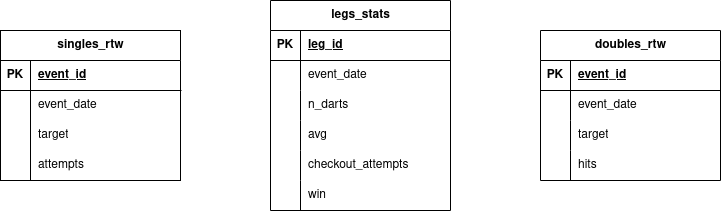
jamieloakes/darts-tracker keeps this draw.io diagram as docs/db_schema.png. Above is the earlier version. Source tidied: cells renumbered, new cells last; positions are measured from the earlier drawing's top-left corner, leaving out a move shared by most shapes.
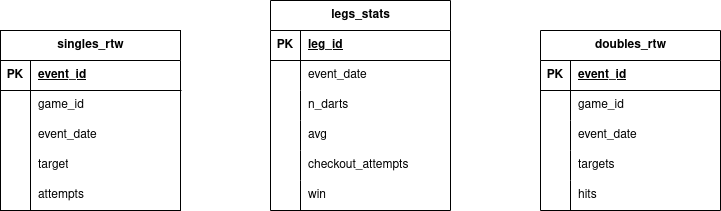
Above is the later version.

Commit message:
Amended DB schema documentation

Change to the diagram source:
```diff
@@ -3,138 +3,156 @@
     <mxCell id="0" />
     <mxCell id="1" parent="0" />
     <mxCell id="2" value="singles_rtw" style="shape=table;startSize=30;rowLines=0;fontStyle=1;align=center;html=1;" parent="1" vertex="1">
-      <mxGeometry y="30" width="180" height="150" as="geometry" />
+      <mxGeometry y="30" width="180" height="180" as="geometry" />
     </mxCell>
-    <mxCell id="3" style="shape=tableRow;horizontal=0;startSize=0;swimlaneHead=0;swimlaneBody=0;fillColor=none;top=0;left=0;right=0;bottom=1;" parent="2" vertex="1">
-      <mxGeometry y="30" width="180" height="30" as="geometry" />
-    </mxCell>
-    <mxCell id="4" value="PK" style="shape=partialRectangle;fillColor=none;top=0;left=0;bottom=0;right=0;fontStyle=1;overflow=hidden;whiteSpace=wrap;html=1;" parent="3" vertex="1">
-      <mxGeometry width="30" height="30" as="geometry" />
-    </mxCell>
-    <mxCell id="5" value="event_id" style="shape=partialRectangle;fillColor=none;top=0;left=0;bottom=0;right=0;align=left;spacingLeft=6;fontStyle=5;overflow=hidden;whiteSpace=wrap;html=1;" parent="3" vertex="1">
-      <mxGeometry x="30" width="150" height="30" as="geometry" />
-    </mxCell>
-    <mxCell id="6" style="shape=tableRow;horizontal=0;startSize=0;swimlaneHead=0;swimlaneBody=0;fillColor=none;top=0;left=0;right=0;bottom=0;" parent="2" vertex="1">
-      <mxGeometry y="60" width="180" height="30" as="geometry" />
-    </mxCell>
-    <mxCell id="7" style="shape=partialRectangle;fillColor=none;top=0;left=0;bottom=0;right=0;overflow=hidden;whiteSpace=wrap;html=1;" parent="6" vertex="1">
-      <mxGeometry width="30" height="30" as="geometry" />
-    </mxCell>
-    <mxCell id="8" value="event_date" style="shape=partialRectangle;fillColor=none;top=0;left=0;bottom=0;right=0;align=left;spacingLeft=6;overflow=hidden;whiteSpace=wrap;html=1;" parent="6" vertex="1">
-      <mxGeometry x="30" width="150" height="30" as="geometry" />
-    </mxCell>
-    <mxCell id="9" style="shape=tableRow;horizontal=0;startSize=0;swimlaneHead=0;swimlaneBody=0;fillColor=none;top=0;left=0;right=0;bottom=0;" parent="2" vertex="1">
-      <mxGeometry y="90" width="180" height="30" as="geometry" />
-    </mxCell>
-    <mxCell id="10" style="shape=partialRectangle;fillColor=none;top=0;left=0;bottom=0;right=0;overflow=hidden;whiteSpace=wrap;html=1;" parent="9" vertex="1">
-      <mxGeometry width="30" height="30" as="geometry" />
-    </mxCell>
-    <mxCell id="11" value="target" style="shape=partialRectangle;fillColor=none;top=0;left=0;bottom=0;right=0;align=left;spacingLeft=6;overflow=hidden;whiteSpace=wrap;html=1;" parent="9" vertex="1">
-      <mxGeometry x="30" width="150" height="30" as="geometry" />
-    </mxCell>
-    <mxCell id="12" style="shape=tableRow;horizontal=0;startSize=0;swimlaneHead=0;swimlaneBody=0;fillColor=none;top=0;left=0;right=0;bottom=0;" parent="2" vertex="1">
-      <mxGeometry y="120" width="180" height="30" as="geometry" />
-    </mxCell>
-    <mxCell id="13" style="shape=partialRectangle;fillColor=none;top=0;left=0;bottom=0;right=0;overflow=hidden;whiteSpace=wrap;html=1;" parent="12" vertex="1">
-      <mxGeometry width="30" height="30" as="geometry" />
-    </mxCell>
+    <mxCell id="47" style="shape=tableRow;horizontal=0;startSize=0;swimlaneHead=0;swimlaneBody=0;fillColor=none;top=0;left=0;right=0;bottom=1;" parent="2" vertex="1">
+      <mxGeometry y="30" width="180" height="30" as="geometry" />
+    </mxCell>
+    <mxCell id="48" value="PK" style="shape=partialRectangle;fillColor=none;top=0;left=0;bottom=0;right=0;fontStyle=1;overflow=hidden;whiteSpace=wrap;html=1;" parent="47" vertex="1">
+      <mxGeometry width="30" height="30" as="geometry" />
+    </mxCell>
+    <mxCell id="49" value="event_id" style="shape=partialRectangle;fillColor=none;top=0;left=0;bottom=0;right=0;align=left;spacingLeft=6;fontStyle=5;overflow=hidden;whiteSpace=wrap;html=1;" parent="47" vertex="1">
+      <mxGeometry x="30" width="150" height="30" as="geometry" />
+    </mxCell>
+    <mxCell id="50" style="shape=tableRow;horizontal=0;startSize=0;swimlaneHead=0;swimlaneBody=0;fillColor=none;top=0;left=0;right=0;bottom=0;" parent="2" vertex="1">
+      <mxGeometry y="60" width="180" height="30" as="geometry" />
+    </mxCell>
+    <mxCell id="51" style="shape=partialRectangle;fillColor=none;top=0;left=0;bottom=0;right=0;overflow=hidden;whiteSpace=wrap;html=1;" parent="50" vertex="1">
+      <mxGeometry width="30" height="30" as="geometry" />
+    </mxCell>
+    <mxCell id="52" value="game_id" style="shape=partialRectangle;fillColor=none;top=0;left=0;bottom=0;right=0;align=left;spacingLeft=6;overflow=hidden;whiteSpace=wrap;html=1;" parent="50" vertex="1">
+      <mxGeometry x="30" width="150" height="30" as="geometry" />
+    </mxCell>
+    <mxCell id="53" style="shape=tableRow;horizontal=0;startSize=0;swimlaneHead=0;swimlaneBody=0;fillColor=none;top=0;left=0;right=0;bottom=0;" parent="2" vertex="1">
+      <mxGeometry y="90" width="180" height="30" as="geometry" />
+    </mxCell>
+    <mxCell id="54" style="shape=partialRectangle;fillColor=none;top=0;left=0;bottom=0;right=0;overflow=hidden;whiteSpace=wrap;html=1;" parent="53" vertex="1">
+      <mxGeometry width="30" height="30" as="geometry" />
+    </mxCell>
+    <mxCell id="55" value="event_date" style="shape=partialRectangle;fillColor=none;top=0;left=0;bottom=0;right=0;align=left;spacingLeft=6;overflow=hidden;whiteSpace=wrap;html=1;" parent="53" vertex="1">
+      <mxGeometry x="30" width="150" height="30" as="geometry" />
+    </mxCell>
+    <mxCell id="56" style="shape=tableRow;horizontal=0;startSize=0;swimlaneHead=0;swimlaneBody=0;fillColor=none;top=0;left=0;right=0;bottom=0;" parent="2" vertex="1">
+      <mxGeometry y="120" width="180" height="30" as="geometry" />
+    </mxCell>
+    <mxCell id="57" style="shape=partialRectangle;fillColor=none;top=0;left=0;bottom=0;right=0;overflow=hidden;whiteSpace=wrap;html=1;" parent="56" vertex="1">
+      <mxGeometry width="30" height="30" as="geometry" />
+    </mxCell>
+    <mxCell id="58" value="target" style="shape=partialRectangle;fillColor=none;top=0;left=0;bottom=0;right=0;align=left;spacingLeft=6;overflow=hidden;whiteSpace=wrap;html=1;" parent="56" vertex="1">
+      <mxGeometry x="30" width="150" height="30" as="geometry" />
+    </mxCell>
+    <mxCell id="59" style="shape=tableRow;horizontal=0;startSize=0;swimlaneHead=0;swimlaneBody=0;fillColor=none;top=0;left=0;right=0;bottom=0;" parent="2" vertex="1">
+      <mxGeometry y="150" width="180" height="30" as="geometry" />
+    </mxCell>
+    <mxCell id="60" style="shape=partialRectangle;fillColor=none;top=0;left=0;bottom=0;right=0;overflow=hidden;whiteSpace=wrap;html=1;" parent="59" vertex="1">
+      <mxGeometry width="30" height="30" as="geometry" />
+    </mxCell>
-    <mxCell id="14" value="attempts" style="shape=partialRectangle;fillColor=none;top=0;left=0;bottom=0;right=0;align=left;spacingLeft=6;overflow=hidden;whiteSpace=wrap;html=1;" parent="12" vertex="1">
+    <mxCell id="14" value="attempts" style="shape=partialRectangle;fillColor=none;top=0;left=0;bottom=0;right=0;align=left;spacingLeft=6;overflow=hidden;whiteSpace=wrap;html=1;" parent="59" vertex="1">
       <mxGeometry x="30" width="150" height="30" as="geometry" />
     </mxCell>
     <mxCell id="15" value="legs_stats" style="shape=table;startSize=30;rowLines=0;fontStyle=1;align=center;html=1;" parent="1" vertex="1">
       <mxGeometry x="270" width="180" height="210" as="geometry" />
     </mxCell>
-    <mxCell id="16" style="shape=tableRow;horizontal=0;startSize=0;swimlaneHead=0;swimlaneBody=0;fillColor=none;top=0;left=0;right=0;bottom=1;" parent="15" vertex="1">
-      <mxGeometry y="30" width="180" height="30" as="geometry" />
-    </mxCell>
-    <mxCell id="17" value="PK" style="shape=partialRectangle;fillColor=none;top=0;left=0;bottom=0;right=0;fontStyle=1;overflow=hidden;whiteSpace=wrap;html=1;" parent="16" vertex="1">
-      <mxGeometry width="30" height="30" as="geometry" />
-    </mxCell>
+    <mxCell id="61" style="shape=tableRow;horizontal=0;startSize=0;swimlaneHead=0;swimlaneBody=0;fillColor=none;top=0;left=0;right=0;bottom=1;" parent="15" vertex="1">
+      <mxGeometry y="30" width="180" height="30" as="geometry" />
+    </mxCell>
+    <mxCell id="62" value="PK" style="shape=partialRectangle;fillColor=none;top=0;left=0;bottom=0;right=0;fontStyle=1;overflow=hidden;whiteSpace=wrap;html=1;" parent="61" vertex="1">
+      <mxGeometry width="30" height="30" as="geometry" />
+    </mxCell>
-    <mxCell id="18" value="leg_id" style="shape=partialRectangle;fillColor=none;top=0;left=0;bottom=0;right=0;align=left;spacingLeft=6;fontStyle=5;overflow=hidden;whiteSpace=wrap;html=1;" parent="16" vertex="1">
+    <mxCell id="18" value="leg_id" style="shape=partialRectangle;fillColor=none;top=0;left=0;bottom=0;right=0;align=left;spacingLeft=6;fontStyle=5;overflow=hidden;whiteSpace=wrap;html=1;" parent="61" vertex="1">
       <mxGeometry x="30" width="150" height="30" as="geometry" />
     </mxCell>
-    <mxCell id="19" style="shape=tableRow;horizontal=0;startSize=0;swimlaneHead=0;swimlaneBody=0;fillColor=none;top=0;left=0;right=0;bottom=0;" parent="15" vertex="1">
-      <mxGeometry y="60" width="180" height="30" as="geometry" />
-    </mxCell>
-    <mxCell id="20" style="shape=partialRectangle;fillColor=none;top=0;left=0;bottom=0;right=0;overflow=hidden;whiteSpace=wrap;html=1;" parent="19" vertex="1">
-      <mxGeometry width="30" height="30" as="geometry" />
-    </mxCell>
-    <mxCell id="21" value="event_date" style="shape=partialRectangle;fillColor=none;top=0;left=0;bottom=0;right=0;align=left;spacingLeft=6;overflow=hidden;whiteSpace=wrap;html=1;" parent="19" vertex="1">
-      <mxGeometry x="30" width="150" height="30" as="geometry" />
-    </mxCell>
-    <mxCell id="22" style="shape=tableRow;horizontal=0;startSize=0;swimlaneHead=0;swimlaneBody=0;fillColor=none;top=0;left=0;right=0;bottom=0;" parent="15" vertex="1">
-      <mxGeometry y="90" width="180" height="30" as="geometry" />
-    </mxCell>
-    <mxCell id="23" style="shape=partialRectangle;fillColor=none;top=0;left=0;bottom=0;right=0;overflow=hidden;whiteSpace=wrap;html=1;" parent="22" vertex="1">
-      <mxGeometry width="30" height="30" as="geometry" />
-    </mxCell>
+    <mxCell id="63" style="shape=tableRow;horizontal=0;startSize=0;swimlaneHead=0;swimlaneBody=0;fillColor=none;top=0;left=0;right=0;bottom=0;" parent="15" vertex="1">
+      <mxGeometry y="60" width="180" height="30" as="geometry" />
+    </mxCell>
+    <mxCell id="64" style="shape=partialRectangle;fillColor=none;top=0;left=0;bottom=0;right=0;overflow=hidden;whiteSpace=wrap;html=1;" parent="63" vertex="1">
+      <mxGeometry width="30" height="30" as="geometry" />
+    </mxCell>
+    <mxCell id="65" value="event_date" style="shape=partialRectangle;fillColor=none;top=0;left=0;bottom=0;right=0;align=left;spacingLeft=6;overflow=hidden;whiteSpace=wrap;html=1;" parent="63" vertex="1">
+      <mxGeometry x="30" width="150" height="30" as="geometry" />
+    </mxCell>
+    <mxCell id="66" style="shape=tableRow;horizontal=0;startSize=0;swimlaneHead=0;swimlaneBody=0;fillColor=none;top=0;left=0;right=0;bottom=0;" parent="15" vertex="1">
+      <mxGeometry y="90" width="180" height="30" as="geometry" />
+    </mxCell>
+    <mxCell id="67" style="shape=partialRectangle;fillColor=none;top=0;left=0;bottom=0;right=0;overflow=hidden;whiteSpace=wrap;html=1;" parent="66" vertex="1">
+      <mxGeometry width="30" height="30" as="geometry" />
+    </mxCell>
-    <mxCell id="24" value="n_darts" style="shape=partialRectangle;fillColor=none;top=0;left=0;bottom=0;right=0;align=left;spacingLeft=6;overflow=hidden;whiteSpace=wrap;html=1;" parent="22" vertex="1">
+    <mxCell id="24" value="n_darts" style="shape=partialRectangle;fillColor=none;top=0;left=0;bottom=0;right=0;align=left;spacingLeft=6;overflow=hidden;whiteSpace=wrap;html=1;" parent="66" vertex="1">
       <mxGeometry x="30" width="150" height="30" as="geometry" />
     </mxCell>
-    <mxCell id="25" style="shape=tableRow;horizontal=0;startSize=0;swimlaneHead=0;swimlaneBody=0;fillColor=none;top=0;left=0;right=0;bottom=0;" parent="15" vertex="1">
-      <mxGeometry y="120" width="180" height="30" as="geometry" />
-    </mxCell>
-    <mxCell id="26" style="shape=partialRectangle;fillColor=none;top=0;left=0;bottom=0;right=0;overflow=hidden;whiteSpace=wrap;html=1;" parent="25" vertex="1">
-      <mxGeometry width="30" height="30" as="geometry" />
-    </mxCell>
+    <mxCell id="68" style="shape=tableRow;horizontal=0;startSize=0;swimlaneHead=0;swimlaneBody=0;fillColor=none;top=0;left=0;right=0;bottom=0;" parent="15" vertex="1">
+      <mxGeometry y="120" width="180" height="30" as="geometry" />
+    </mxCell>
+    <mxCell id="69" style="shape=partialRectangle;fillColor=none;top=0;left=0;bottom=0;right=0;overflow=hidden;whiteSpace=wrap;html=1;" parent="68" vertex="1">
+      <mxGeometry width="30" height="30" as="geometry" />
+    </mxCell>
-    <mxCell id="27" value="avg" style="shape=partialRectangle;fillColor=none;top=0;left=0;bottom=0;right=0;align=left;spacingLeft=6;overflow=hidden;whiteSpace=wrap;html=1;" parent="25" vertex="1">
+    <mxCell id="27" value="avg" style="shape=partialRectangle;fillColor=none;top=0;left=0;bottom=0;right=0;align=left;spacingLeft=6;overflow=hidden;whiteSpace=wrap;html=1;" parent="68" vertex="1">
       <mxGeometry x="30" width="150" height="30" as="geometry" />
     </mxCell>
-    <mxCell id="28" style="shape=tableRow;horizontal=0;startSize=0;swimlaneHead=0;swimlaneBody=0;fillColor=none;top=0;left=0;right=0;bottom=0;" parent="15" vertex="1">
-      <mxGeometry y="150" width="180" height="30" as="geometry" />
-    </mxCell>
-    <mxCell id="29" style="shape=partialRectangle;fillColor=none;top=0;left=0;bottom=0;right=0;overflow=hidden;whiteSpace=wrap;html=1;" parent="28" vertex="1">
-      <mxGeometry width="30" height="30" as="geometry" />
-    </mxCell>
+    <mxCell id="70" style="shape=tableRow;horizontal=0;startSize=0;swimlaneHead=0;swimlaneBody=0;fillColor=none;top=0;left=0;right=0;bottom=0;" parent="15" vertex="1">
+      <mxGeometry y="150" width="180" height="30" as="geometry" />
+    </mxCell>
+    <mxCell id="71" style="shape=partialRectangle;fillColor=none;top=0;left=0;bottom=0;right=0;overflow=hidden;whiteSpace=wrap;html=1;" parent="70" vertex="1">
+      <mxGeometry width="30" height="30" as="geometry" />
+    </mxCell>
-    <mxCell id="30" value="checkout_attempts" style="shape=partialRectangle;fillColor=none;top=0;left=0;bottom=0;right=0;align=left;spacingLeft=6;overflow=hidden;whiteSpace=wrap;html=1;" parent="28" vertex="1">
+    <mxCell id="30" value="checkout_attempts" style="shape=partialRectangle;fillColor=none;top=0;left=0;bottom=0;right=0;align=left;spacingLeft=6;overflow=hidden;whiteSpace=wrap;html=1;" parent="70" vertex="1">
       <mxGeometry x="30" width="150" height="30" as="geometry" />
     </mxCell>
     <mxCell id="31" style="shape=tableRow;horizontal=0;startSize=0;swimlaneHead=0;swimlaneBody=0;fillColor=none;top=0;left=0;right=0;bottom=0;" parent="15" vertex="1">
       <mxGeometry y="180" width="180" height="30" as="geometry" />
     </mxCell>
-    <mxCell id="32" style="shape=partialRectangle;fillColor=none;top=0;left=0;bottom=0;right=0;overflow=hidden;whiteSpace=wrap;html=1;" parent="31" vertex="1">
-      <mxGeometry width="30" height="30" as="geometry" />
-    </mxCell>
+    <mxCell id="72" style="shape=partialRectangle;fillColor=none;top=0;left=0;bottom=0;right=0;overflow=hidden;whiteSpace=wrap;html=1;" parent="31" vertex="1">
+      <mxGeometry width="30" height="30" as="geometry" />
+    </mxCell>
     <mxCell id="33" value="win" style="shape=partialRectangle;fillColor=none;top=0;left=0;bottom=0;right=0;align=left;spacingLeft=6;overflow=hidden;whiteSpace=wrap;html=1;" parent="31" vertex="1">
       <mxGeometry x="30" width="150" height="30" as="geometry" />
     </mxCell>
     <mxCell id="34" value="doubles_rtw" style="shape=table;startSize=30;rowLines=0;fontStyle=1;align=center;html=1;" parent="1" vertex="1">
-      <mxGeometry x="540" y="30" width="180" height="150" as="geometry" />
+      <mxGeometry x="540" y="30" width="180" height="180" as="geometry" />
     </mxCell>
-    <mxCell id="35" style="shape=tableRow;horizontal=0;startSize=0;swimlaneHead=0;swimlaneBody=0;fillColor=none;top=0;left=0;right=0;bottom=1;" parent="34" vertex="1">
-      <mxGeometry y="30" width="180" height="30" as="geometry" />
-    </mxCell>
-    <mxCell id="36" value="PK" style="shape=partialRectangle;fillColor=none;top=0;left=0;bottom=0;right=0;fontStyle=1;overflow=hidden;whiteSpace=wrap;html=1;" parent="35" vertex="1">
-      <mxGeometry width="30" height="30" as="geometry" />
-    </mxCell>
-    <mxCell id="37" value="event_id" style="shape=partialRectangle;fillColor=none;top=0;left=0;bottom=0;right=0;align=left;spacingLeft=6;fontStyle=5;overflow=hidden;whiteSpace=wrap;html=1;" parent="35" vertex="1">
-      <mxGeometry x="30" width="150" height="30" as="geometry" />
-    </mxCell>
-    <mxCell id="38" style="shape=tableRow;horizontal=0;startSize=0;swimlaneHead=0;swimlaneBody=0;fillColor=none;top=0;left=0;right=0;bottom=0;" parent="34" vertex="1">
-      <mxGeometry y="60" width="180" height="30" as="geometry" />
-    </mxCell>
-    <mxCell id="39" style="shape=partialRectangle;fillColor=none;top=0;left=0;bottom=0;right=0;overflow=hidden;whiteSpace=wrap;html=1;" parent="38" vertex="1">
-      <mxGeometry width="30" height="30" as="geometry" />
-    </mxCell>
-    <mxCell id="40" value="event_date" style="shape=partialRectangle;fillColor=none;top=0;left=0;bottom=0;right=0;align=left;spacingLeft=6;overflow=hidden;whiteSpace=wrap;html=1;" parent="38" vertex="1">
-      <mxGeometry x="30" width="150" height="30" as="geometry" />
-    </mxCell>
-    <mxCell id="41" style="shape=tableRow;horizontal=0;startSize=0;swimlaneHead=0;swimlaneBody=0;fillColor=none;top=0;left=0;right=0;bottom=0;" parent="34" vertex="1">
-      <mxGeometry y="90" width="180" height="30" as="geometry" />
-    </mxCell>
-    <mxCell id="42" style="shape=partialRectangle;fillColor=none;top=0;left=0;bottom=0;right=0;overflow=hidden;whiteSpace=wrap;html=1;" parent="41" vertex="1">
-      <mxGeometry width="30" height="30" as="geometry" />
-    </mxCell>
-    <mxCell id="43" value="target" style="shape=partialRectangle;fillColor=none;top=0;left=0;bottom=0;right=0;align=left;spacingLeft=6;overflow=hidden;whiteSpace=wrap;html=1;" parent="41" vertex="1">
-      <mxGeometry x="30" width="150" height="30" as="geometry" />
-    </mxCell>
-    <mxCell id="44" style="shape=tableRow;horizontal=0;startSize=0;swimlaneHead=0;swimlaneBody=0;fillColor=none;top=0;left=0;right=0;bottom=0;" parent="34" vertex="1">
-      <mxGeometry y="120" width="180" height="30" as="geometry" />
-    </mxCell>
-    <mxCell id="45" style="shape=partialRectangle;fillColor=none;top=0;left=0;bottom=0;right=0;overflow=hidden;whiteSpace=wrap;html=1;" parent="44" vertex="1">
-      <mxGeometry width="30" height="30" as="geometry" />
-    </mxCell>
+    <mxCell id="73" style="shape=tableRow;horizontal=0;startSize=0;swimlaneHead=0;swimlaneBody=0;fillColor=none;top=0;left=0;right=0;bottom=1;" parent="34" vertex="1">
+      <mxGeometry y="30" width="180" height="30" as="geometry" />
+    </mxCell>
+    <mxCell id="74" value="PK" style="shape=partialRectangle;fillColor=none;top=0;left=0;bottom=0;right=0;fontStyle=1;overflow=hidden;whiteSpace=wrap;html=1;" parent="73" vertex="1">
+      <mxGeometry width="30" height="30" as="geometry" />
+    </mxCell>
+    <mxCell id="75" value="event_id" style="shape=partialRectangle;fillColor=none;top=0;left=0;bottom=0;right=0;align=left;spacingLeft=6;fontStyle=5;overflow=hidden;whiteSpace=wrap;html=1;" parent="73" vertex="1">
+      <mxGeometry x="30" width="150" height="30" as="geometry" />
+    </mxCell>
+    <mxCell id="76" style="shape=tableRow;horizontal=0;startSize=0;swimlaneHead=0;swimlaneBody=0;fillColor=none;top=0;left=0;right=0;bottom=0;" parent="34" vertex="1">
+      <mxGeometry y="60" width="180" height="30" as="geometry" />
+    </mxCell>
+    <mxCell id="77" style="shape=partialRectangle;fillColor=none;top=0;left=0;bottom=0;right=0;overflow=hidden;whiteSpace=wrap;html=1;" parent="76" vertex="1">
+      <mxGeometry width="30" height="30" as="geometry" />
+    </mxCell>
+    <mxCell id="78" value="game_id" style="shape=partialRectangle;fillColor=none;top=0;left=0;bottom=0;right=0;align=left;spacingLeft=6;overflow=hidden;whiteSpace=wrap;html=1;" parent="76" vertex="1">
+      <mxGeometry x="30" width="150" height="30" as="geometry" />
+    </mxCell>
+    <mxCell id="79" style="shape=tableRow;horizontal=0;startSize=0;swimlaneHead=0;swimlaneBody=0;fillColor=none;top=0;left=0;right=0;bottom=0;" parent="34" vertex="1">
+      <mxGeometry y="90" width="180" height="30" as="geometry" />
+    </mxCell>
+    <mxCell id="80" style="shape=partialRectangle;fillColor=none;top=0;left=0;bottom=0;right=0;overflow=hidden;whiteSpace=wrap;html=1;" parent="79" vertex="1">
+      <mxGeometry width="30" height="30" as="geometry" />
+    </mxCell>
+    <mxCell id="81" value="event_date" style="shape=partialRectangle;fillColor=none;top=0;left=0;bottom=0;right=0;align=left;spacingLeft=6;overflow=hidden;whiteSpace=wrap;html=1;" parent="79" vertex="1">
+      <mxGeometry x="30" width="150" height="30" as="geometry" />
+    </mxCell>
+    <mxCell id="82" style="shape=tableRow;horizontal=0;startSize=0;swimlaneHead=0;swimlaneBody=0;fillColor=none;top=0;left=0;right=0;bottom=0;" parent="34" vertex="1">
+      <mxGeometry y="120" width="180" height="30" as="geometry" />
+    </mxCell>
+    <mxCell id="83" style="shape=partialRectangle;fillColor=none;top=0;left=0;bottom=0;right=0;overflow=hidden;whiteSpace=wrap;html=1;" parent="82" vertex="1">
+      <mxGeometry width="30" height="30" as="geometry" />
+    </mxCell>
+    <mxCell id="84" value="targets" style="shape=partialRectangle;fillColor=none;top=0;left=0;bottom=0;right=0;align=left;spacingLeft=6;overflow=hidden;whiteSpace=wrap;html=1;" parent="82" vertex="1">
+      <mxGeometry x="30" width="150" height="30" as="geometry" />
+    </mxCell>
+    <mxCell id="85" style="shape=tableRow;horizontal=0;startSize=0;swimlaneHead=0;swimlaneBody=0;fillColor=none;top=0;left=0;right=0;bottom=0;" parent="34" vertex="1">
+      <mxGeometry y="150" width="180" height="30" as="geometry" />
+    </mxCell>
+    <mxCell id="86" style="shape=partialRectangle;fillColor=none;top=0;left=0;bottom=0;right=0;overflow=hidden;whiteSpace=wrap;html=1;" parent="85" vertex="1">
+      <mxGeometry width="30" height="30" as="geometry" />
+    </mxCell>
-    <mxCell id="46" value="hits" style="shape=partialRectangle;fillColor=none;top=0;left=0;bottom=0;right=0;align=left;spacingLeft=6;overflow=hidden;whiteSpace=wrap;html=1;" parent="44" vertex="1">
+    <mxCell id="46" value="hits" style="shape=partialRectangle;fillColor=none;top=0;left=0;bottom=0;right=0;align=left;spacingLeft=6;overflow=hidden;whiteSpace=wrap;html=1;" parent="85" vertex="1">
       <mxGeometry x="30" width="150" height="30" as="geometry" />
     </mxCell>
   </root>
```
